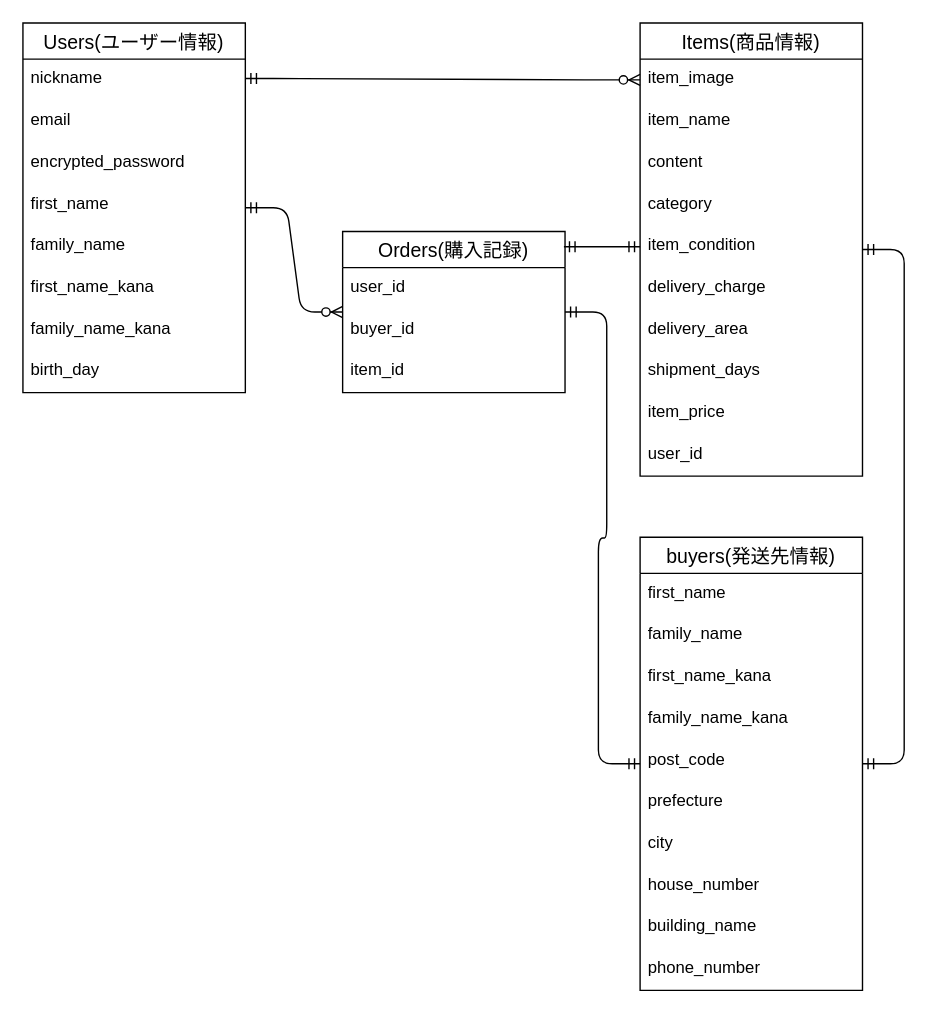
Above: er.dio in myconmatsu/furima-38641 (draw.io), before the change. Source tidied: cells renumbered, new cells numbered last; positions are measured from the earlier drawing's top-left corner, leaving out a move shared by most shapes. Both pictures are drawn from the tidied source at 139%, with x=0, y=0 at pixel (22, 22).
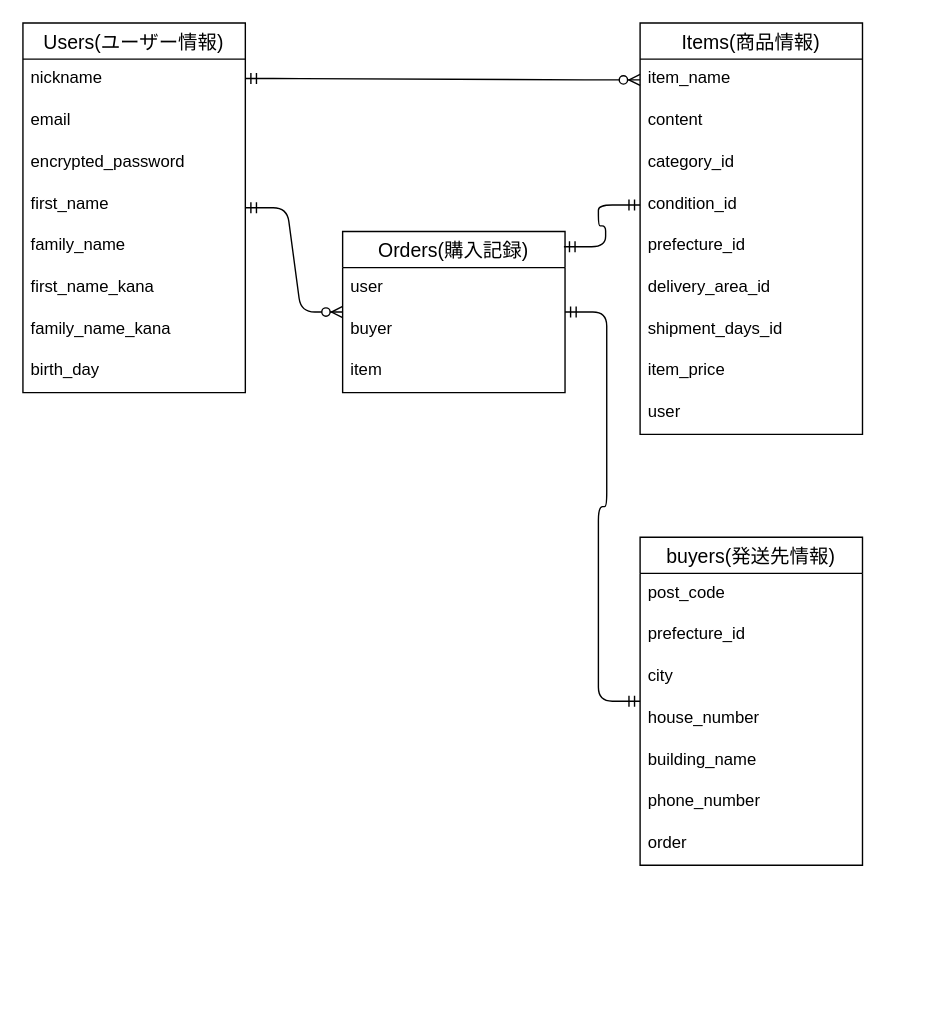
After the change.

The change refers to these unchanged cells:
```xml
<mxCell id="22" value="Orders(購入記録)" style="swimlane;fontStyle=0;horizontal=1;startSize=26;align=center;fontSize=14;" parent="1" vertex="1">
  <mxGeometry x="230" y="150" width="160" height="116" as="geometry" />
</mxCell>
```

The edit, as a diff of the source:
```diff
@@
     <mxCell id="11" value="Items(商品情報)" style="swimlane;fontStyle=0;horizontal=1;startSize=26;align=center;fontSize=14;" parent="1" vertex="1">
-      <mxGeometry x="444" width="160" height="326" as="geometry" />
+      <mxGeometry x="444" width="160" height="296" as="geometry" />
     </mxCell>
-    <mxCell id="12" value="item_image" style="text;strokeColor=none;fillColor=none;spacingLeft=4;spacingRight=4;overflow=hidden;points=[[0,0.5],[1,0.5]];portConstraint=eastwest;fontSize=12;" parent="11" vertex="1">
-      <mxGeometry y="26" width="160" height="30" as="geometry" />
-    </mxCell>
     <mxCell id="13" value="item_name" style="text;strokeColor=none;fillColor=none;spacingLeft=4;spacingRight=4;overflow=hidden;fontSize=12;" parent="11" vertex="1">
-      <mxGeometry y="56" width="160" height="30" as="geometry" />
+      <mxGeometry y="26" width="160" height="30" as="geometry" />
     </mxCell>
     <mxCell id="14" value="content" style="text;strokeColor=none;fillColor=none;spacingLeft=4;spacingRight=4;overflow=hidden;fontSize=12;" parent="11" vertex="1">
-      <mxGeometry y="86" width="160" height="30" as="geometry" />
+      <mxGeometry y="56" width="160" height="30" as="geometry" />
     </mxCell>
-    <mxCell id="15" value="category" style="text;strokeColor=none;fillColor=none;spacingLeft=4;spacingRight=4;overflow=hidden;fontSize=12;" parent="11" vertex="1">
-      <mxGeometry y="116" width="160" height="30" as="geometry" />
+    <mxCell id="15" value="category_id" style="text;strokeColor=none;fillColor=none;spacingLeft=4;spacingRight=4;overflow=hidden;fontSize=12;" parent="11" vertex="1">
+      <mxGeometry y="86" width="160" height="30" as="geometry" />
     </mxCell>
-    <mxCell id="16" value="item_condition" style="text;strokeColor=none;fillColor=none;spacingLeft=4;spacingRight=4;overflow=hidden;points=[[0,0.5],[1,0.5]];portConstraint=eastwest;fontSize=12;" parent="11" vertex="1">
-      <mxGeometry y="146" width="160" height="30" as="geometry" />
+    <mxCell id="16" value="condition_id" style="text;strokeColor=none;fillColor=none;spacingLeft=4;spacingRight=4;overflow=hidden;points=[[0,0.5],[1,0.5]];portConstraint=eastwest;fontSize=12;" parent="11" vertex="1">
+      <mxGeometry y="116" width="160" height="30" as="geometry" />
     </mxCell>
-    <mxCell id="17" value="delivery_charge" style="text;strokeColor=none;fillColor=none;spacingLeft=4;spacingRight=4;overflow=hidden;fontSize=12;" parent="11" vertex="1">
-      <mxGeometry y="176" width="160" height="30" as="geometry" />
+    <mxCell id="17" value="prefecture_id" style="text;strokeColor=none;fillColor=none;spacingLeft=4;spacingRight=4;overflow=hidden;fontSize=12;" parent="11" vertex="1">
+      <mxGeometry y="146" width="160" height="30" as="geometry" />
     </mxCell>
-    <mxCell id="18" value="delivery_area" style="text;strokeColor=none;fillColor=none;spacingLeft=4;spacingRight=4;overflow=hidden;fontSize=12;" parent="11" vertex="1">
-      <mxGeometry y="206" width="160" height="30" as="geometry" />
+    <mxCell id="18" value="delivery_area_id" style="text;strokeColor=none;fillColor=none;spacingLeft=4;spacingRight=4;overflow=hidden;fontSize=12;" parent="11" vertex="1">
+      <mxGeometry y="176" width="160" height="30" as="geometry" />
     </mxCell>
-    <mxCell id="19" value="shipment_days" style="text;strokeColor=none;fillColor=none;spacingLeft=4;spacingRight=4;overflow=hidden;fontSize=12;" parent="11" vertex="1">
-      <mxGeometry y="236" width="160" height="30" as="geometry" />
+    <mxCell id="19" value="shipment_days_id" style="text;strokeColor=none;fillColor=none;spacingLeft=4;spacingRight=4;overflow=hidden;fontSize=12;" parent="11" vertex="1">
+      <mxGeometry y="206" width="160" height="30" as="geometry" />
     </mxCell>
     <mxCell id="20" value="item_price" style="text;strokeColor=none;fillColor=none;spacingLeft=4;spacingRight=4;overflow=hidden;fontSize=12;" parent="11" vertex="1">
-      <mxGeometry y="266" width="160" height="30" as="geometry" />
+      <mxGeometry y="236" width="160" height="30" as="geometry" />
     </mxCell>
-    <mxCell id="21" value="user_id" style="text;strokeColor=none;fillColor=none;spacingLeft=4;spacingRight=4;overflow=hidden;fontSize=12;" parent="11" vertex="1">
-      <mxGeometry y="296" width="160" height="30" as="geometry" />
+    <mxCell id="21" value="user" style="text;strokeColor=none;fillColor=none;spacingLeft=4;spacingRight=4;overflow=hidden;fontSize=12;" parent="11" vertex="1">
+      <mxGeometry y="266" width="160" height="30" as="geometry" />
     </mxCell>
@@
-    <mxCell id="23" value="user_id" style="text;strokeColor=none;fillColor=none;spacingLeft=4;spacingRight=4;overflow=hidden;fontSize=12;" parent="22" vertex="1">
+    <mxCell id="23" value="user&#10;" style="text;strokeColor=none;fillColor=none;spacingLeft=4;spacingRight=4;overflow=hidden;fontSize=12;" parent="22" vertex="1">
       <mxGeometry y="26" width="160" height="30" as="geometry" />
     </mxCell>
-    <mxCell id="24" value="buyer_id" style="text;strokeColor=none;fillColor=none;spacingLeft=4;spacingRight=4;overflow=hidden;fontSize=12;" parent="22" vertex="1">
+    <mxCell id="24" value="buyer" style="text;strokeColor=none;fillColor=none;spacingLeft=4;spacingRight=4;overflow=hidden;fontSize=12;" parent="22" vertex="1">
       <mxGeometry y="56" width="160" height="30" as="geometry" />
     </mxCell>
-    <mxCell id="25" value="item_id" style="text;strokeColor=none;fillColor=none;spacingLeft=4;spacingRight=4;overflow=hidden;fontSize=12;" parent="22" vertex="1">
+    <mxCell id="25" value="item" style="text;strokeColor=none;fillColor=none;spacingLeft=4;spacingRight=4;overflow=hidden;fontSize=12;" parent="22" vertex="1">
       <mxGeometry y="86" width="160" height="30" as="geometry" />
     </mxCell>
     <mxCell id="26" value="buyers(発送先情報)" style="swimlane;fontStyle=0;horizontal=1;startSize=26;align=center;fontSize=14;" parent="1" vertex="1">
-      <mxGeometry x="444" y="370" width="160" height="326" as="geometry" />
+      <mxGeometry x="444" y="370" width="160" height="236" as="geometry" />
     </mxCell>
-    <mxCell id="27" value="first_name" style="text;strokeColor=none;fillColor=none;spacingLeft=4;spacingRight=4;overflow=hidden;fontSize=12;" parent="26" vertex="1">
-      <mxGeometry y="26" width="160" height="30" as="geometry" />
-    </mxCell>
-    <mxCell id="28" value="family_name" style="text;strokeColor=none;fillColor=none;spacingLeft=4;spacingRight=4;overflow=hidden;fontSize=12;" parent="26" vertex="1">
-      <mxGeometry y="56" width="160" height="30" as="geometry" />
-    </mxCell>
-    <mxCell id="29" value="first_name_kana" style="text;strokeColor=none;fillColor=none;spacingLeft=4;spacingRight=4;overflow=hidden;fontSize=12;" parent="26" vertex="1">
-      <mxGeometry y="86" width="160" height="30" as="geometry" />
-    </mxCell>
-    <mxCell id="30" value="family_name_kana" style="text;strokeColor=none;fillColor=none;spacingLeft=4;spacingRight=4;overflow=hidden;fontSize=12;" parent="26" vertex="1">
-      <mxGeometry y="116" width="160" height="30" as="geometry" />
-    </mxCell>
     <mxCell id="31" value="post_code" style="text;strokeColor=none;fillColor=none;spacingLeft=4;spacingRight=4;overflow=hidden;fontSize=12;" parent="26" vertex="1">
-      <mxGeometry y="146" width="160" height="30" as="geometry" />
+      <mxGeometry y="26" width="160" height="30" as="geometry" />
     </mxCell>
-    <mxCell id="32" value="prefecture" style="text;strokeColor=none;fillColor=none;spacingLeft=4;spacingRight=4;overflow=hidden;fontSize=12;" parent="26" vertex="1">
-      <mxGeometry y="176" width="160" height="30" as="geometry" />
+    <mxCell id="32" value="prefecture_id" style="text;strokeColor=none;fillColor=none;spacingLeft=4;spacingRight=4;overflow=hidden;fontSize=12;" parent="26" vertex="1">
+      <mxGeometry y="56" width="160" height="30" as="geometry" />
     </mxCell>
     <mxCell id="33" value="city" style="text;strokeColor=none;fillColor=none;spacingLeft=4;spacingRight=4;overflow=hidden;fontSize=12;" parent="26" vertex="1">
-      <mxGeometry y="206" width="160" height="30" as="geometry" />
+      <mxGeometry y="86" width="160" height="30" as="geometry" />
     </mxCell>
     <mxCell id="34" value="house_number" style="text;strokeColor=none;fillColor=none;spacingLeft=4;spacingRight=4;overflow=hidden;fontSize=12;" parent="26" vertex="1">
-      <mxGeometry y="236" width="160" height="30" as="geometry" />
+      <mxGeometry y="116" width="160" height="30" as="geometry" />
     </mxCell>
     <mxCell id="35" value="building_name" style="text;strokeColor=none;fillColor=none;spacingLeft=4;spacingRight=4;overflow=hidden;fontSize=12;" parent="26" vertex="1">
-      <mxGeometry y="266" width="160" height="30" as="geometry" />
+      <mxGeometry y="146" width="160" height="30" as="geometry" />
     </mxCell>
     <mxCell id="36" value="phone_number" style="text;strokeColor=none;fillColor=none;spacingLeft=4;spacingRight=4;overflow=hidden;fontSize=12;" parent="26" vertex="1">
-      <mxGeometry y="296" width="160" height="30" as="geometry" />
+      <mxGeometry y="176" width="160" height="30" as="geometry" />
     </mxCell>
+    <mxCell id="42" value="order" style="text;strokeColor=none;fillColor=none;spacingLeft=4;spacingRight=4;overflow=hidden;fontSize=12;" parent="26" vertex="1">
+      <mxGeometry y="206" width="160" height="30" as="geometry" />
+    </mxCell>
@@
-    <mxCell id="39" style="edgeStyle=entityRelationEdgeStyle;fontSize=12;html=1;endArrow=ERzeroToMany;startArrow=ERmandOne;entryX=0;entryY=0.5;entryDx=0;entryDy=0;" parent="1" edge="1" target="12">
+    <mxCell id="39" style="edgeStyle=entityRelationEdgeStyle;fontSize=12;html=1;endArrow=ERzeroToMany;startArrow=ERmandOne;entryX=0;entryY=0.5;entryDx=0;entryDy=0;" parent="1" edge="1">
       <mxGeometry relative="1" as="geometry">
         <mxPoint x="160" y="40" as="sourcePoint" />
+        <mxPoint x="444" y="41" as="targetPoint" />
       </mxGeometry>
     </mxCell>
@@
-    <mxCell id="41" style="edgeStyle=entityRelationEdgeStyle;fontSize=12;html=1;endArrow=ERmandOne;startArrow=ERmandOne;" parent="1" edge="1" source="11" target="26">
-      <mxGeometry relative="1" as="geometry" />
-    </mxCell>
```
